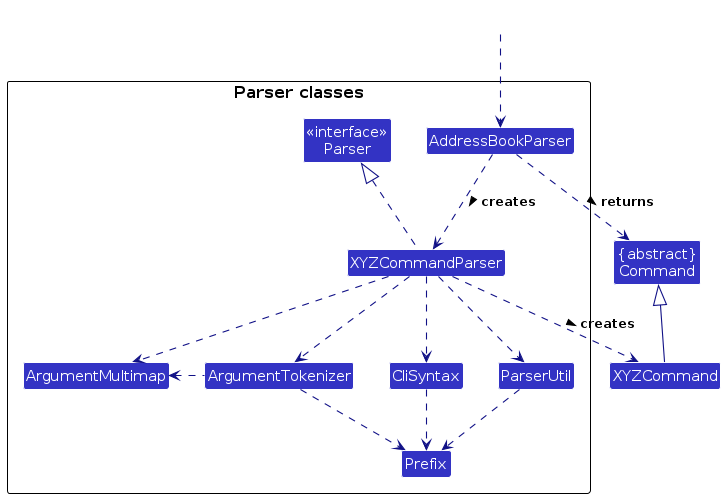
Above: diagrams/ParserClasses.png in AprupKale/tp (PlantUML), before the change. Its source is kept beside it as diagrams/ParserClasses.puml.
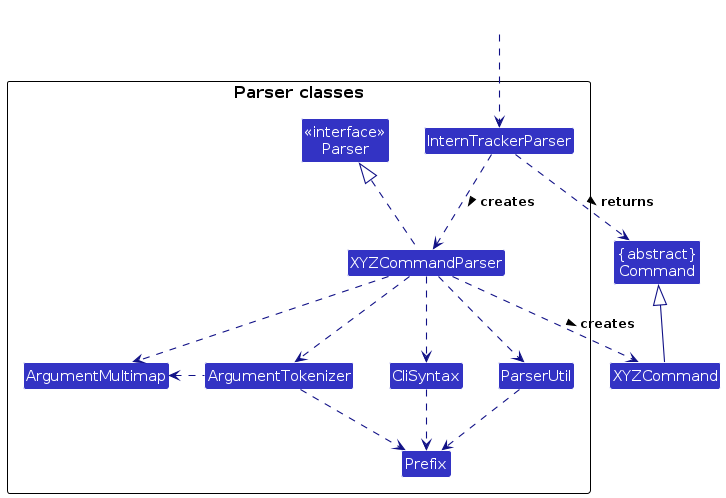
After the change.

What changed in the source:
```diff
@@ -9,7 +9,7 @@
 
 package "Parser classes"{
 Class "<<interface>>\nParser" as Parser
-Class AddressBookParser
+Class InternTrackerParser
 Class XYZCommandParser
 Class CliSyntax
 Class ParserUtil
@@ -19,12 +19,12 @@
 }
 
 Class HiddenOutside #FFFFFF
-HiddenOutside ..> AddressBookParser
+HiddenOutside ..> InternTrackerParser
 
-AddressBookParser .down.> XYZCommandParser: creates >
+InternTrackerParser .down.> XYZCommandParser: creates >
 
 XYZCommandParser ..> XYZCommand : creates >
-AddressBookParser ..> Command : returns >
+InternTrackerParser ..> Command : returns >
 XYZCommandParser .up.|> Parser
 XYZCommandParser ..> ArgumentMultimap
 XYZCommandParser ..> ArgumentTokenizer
```
